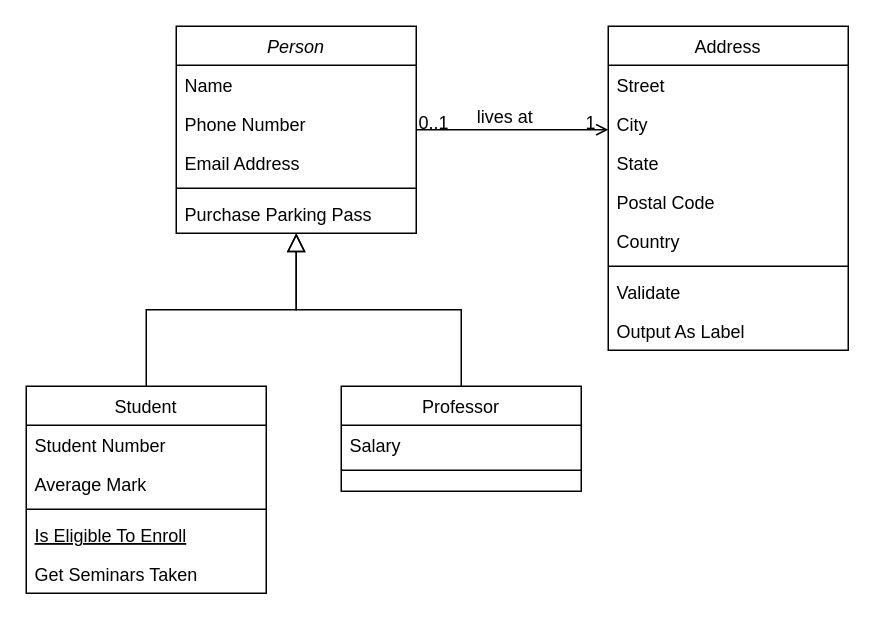
The draw.io diagram remind_class_Diagram.drawio in zzarr/Tugas-Akhir, before the edit. Source tidied: cells renumbered, new cells numbered last; positions are measured from the earlier drawing's top-left corner, leaving out a move shared by most shapes. Both pictures are drawn from the tidied source at 150%, with x=0, y=0 at pixel (26, 26).
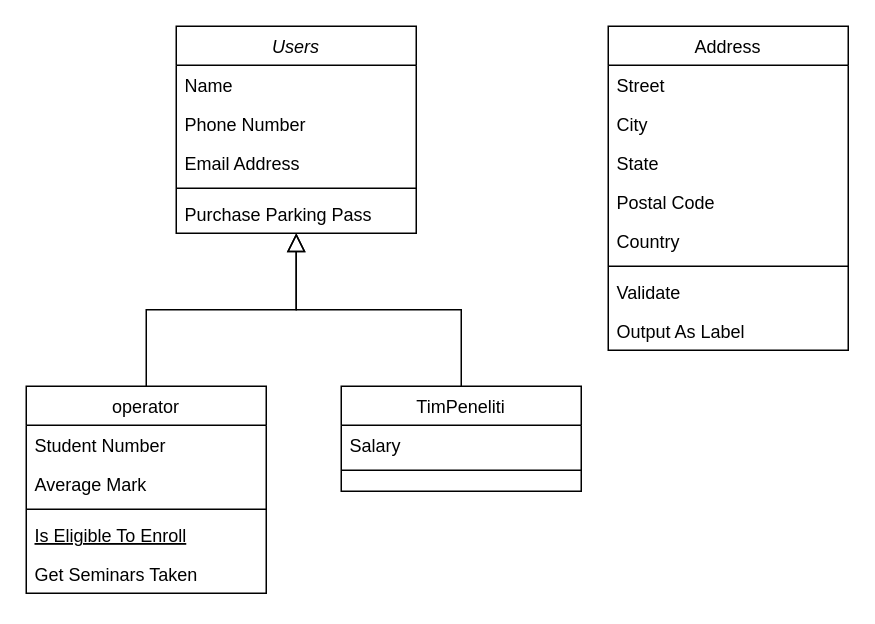
The same diagram, later.

Unchanged cells that the change refers to:
```xml
<mxCell id="19" value="Address" style="swimlane;fontStyle=0;align=center;verticalAlign=top;horizontal=1;startSize=26;rounded=0;shadow=0;strokeWidth=1;" parent="1" vertex="1">
  <mxGeometry x="388" width="160" height="216" as="geometry" />
</mxCell>
```

Change to the diagram source:
```diff
@@
-    <mxCell id="2" value="Person" style="swimlane;fontStyle=2;align=center;verticalAlign=top;horizontal=1;startSize=26;rounded=0;shadow=0;strokeWidth=1;" parent="1" vertex="1">
+    <mxCell id="2" value="Users" style="swimlane;fontStyle=2;align=center;verticalAlign=top;horizontal=1;startSize=26;rounded=0;shadow=0;strokeWidth=1;" parent="1" vertex="1">
       <mxGeometry x="100" width="160" height="138" as="geometry" />
     </mxCell>
@@
-    <mxCell id="8" value="Student" style="swimlane;fontStyle=0;align=center;verticalAlign=top;horizontal=1;startSize=26;rounded=0;shadow=0;strokeWidth=1;" parent="1" vertex="1">
+    <mxCell id="8" value="operator" style="swimlane;fontStyle=0;align=center;verticalAlign=top;horizontal=1;startSize=26;rounded=0;shadow=0;strokeWidth=1;" parent="1" vertex="1">
       <mxGeometry y="240" width="160" height="138" as="geometry" />
     </mxCell>
@@
-    <mxCell id="15" value="Professor" style="swimlane;fontStyle=0;align=center;verticalAlign=top;horizontal=1;startSize=26;rounded=0;shadow=0;strokeWidth=1;" parent="1" vertex="1">
+    <mxCell id="15" value="TimPeneliti" style="swimlane;fontStyle=0;align=center;verticalAlign=top;horizontal=1;startSize=26;rounded=0;shadow=0;strokeWidth=1;" parent="1" vertex="1">
       <mxGeometry x="210" y="240" width="160" height="70" as="geometry" />
     </mxCell>
@@
-    <mxCell id="28" style="endArrow=open;shadow=0;strokeWidth=1;rounded=0;curved=0;endFill=1;edgeStyle=elbowEdgeStyle;elbow=vertical;" parent="1" edge="1" source="2" target="19">
-      <mxGeometry x="0.5" y="41" relative="1" as="geometry">
-        <mxPoint x="-40" y="32" as="offset" />
-      </mxGeometry>
-    </mxCell>
-    <mxCell id="29" value="0..1" style="align=left;verticalAlign=bottom;labelBackgroundColor=none;fontSize=12;" parent="28" vertex="1">
-      <mxGeometry x="-1" relative="1" as="geometry">
-        <mxPoint y="4" as="offset" />
-      </mxGeometry>
-    </mxCell>
-    <mxCell id="30" value="1" style="align=right;verticalAlign=bottom;labelBackgroundColor=none;fontSize=12;" parent="28" vertex="1">
-      <mxGeometry x="1" relative="1" as="geometry">
-        <mxPoint x="-7" y="4" as="offset" />
-      </mxGeometry>
-    </mxCell>
-    <mxCell id="31" value="lives at" style="text;html=1;align=center;verticalAlign=middle;labelBackgroundColor=none;rounded=0;shadow=0;strokeWidth=1;fontSize=12;" parent="28" vertex="1">
-      <mxGeometry x="0.5" y="49" relative="1" as="geometry">
-        <mxPoint x="-38" y="40" as="offset" />
-      </mxGeometry>
-    </mxCell>
```
